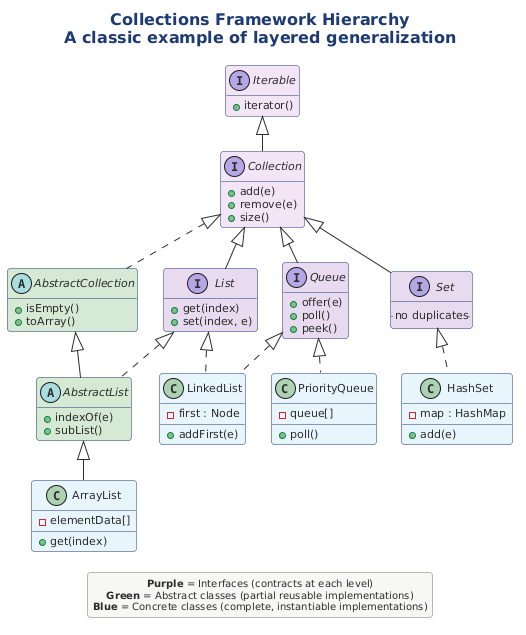
Before: src/architecture/views-and-beyond/style-catalogs/module/generalization-style/png/collections-framework-hierarchy-classic.png, a diagram exported from PlantUML (Notoriousjayy/latex-docs). Source of this version:
```plantuml
@startuml
skinparam nodesep 25
!include ../../../../../../tooling/styles/plantuml/structural/class-diagram-style.iuml

skinparam ranksep 35

title **Collections Framework Hierarchy**\nA classic example of layered generalization

interface "Iterable" as iter #F3E5F5 {
  + iterator()
}

interface "Collection" as coll #F3E5F5 {
  + add(e)
  + remove(e)
  + size()
}

interface "List" as list #E8DAEF {
  + get(index)
  + set(index, e)
}

interface "Set" as set #E8DAEF {
  .. no duplicates ..
}

interface "Queue" as queue #E8DAEF {
  + offer(e)
  + poll()
  + peek()
}

abstract class "AbstractCollection" as abscoll #D5E8D4 {
  + isEmpty()
  + toArray()
}

abstract class "AbstractList" as abslist #D5E8D4 {
  + indexOf(e)
  + subList()
}

class "ArrayList" as alist #E8F4FD {
  - elementData[]
  + get(index)
}

class "LinkedList" as llist #E8F4FD {
  - first : Node
  + addFirst(e)
}

class "HashSet" as hset #E8F4FD {
  - map : HashMap
  + add(e)
}

class "PriorityQueue" as pq #E8F4FD {
  - queue[]
  + poll()
}

iter <|-- coll
coll <|-- list
coll <|-- set
coll <|-- queue
coll <|.. abscoll
abscoll <|-- abslist
list <|.. abslist
abslist <|-- alist
list <|.. llist
queue <|.. llist
set <|.. hset
queue <|.. pq

legend bottom
  **Purple** = Interfaces (contracts at each level)
  **Green** = Abstract classes (partial reusable implementations)
  **Blue** = Concrete classes (complete, instantiable implementations)
end legend

@enduml
```
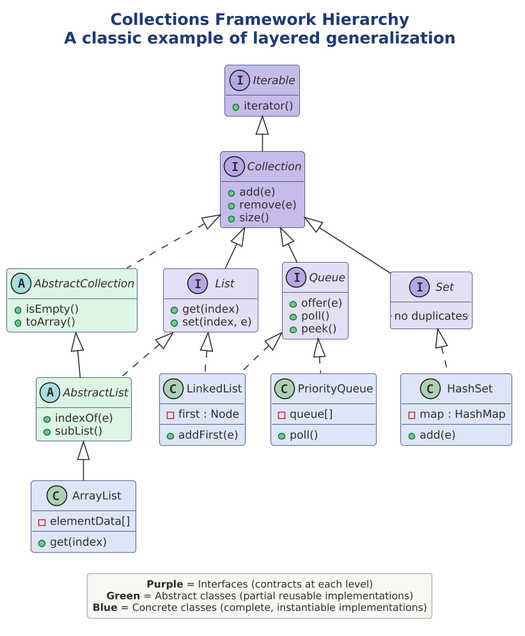
The same file after the commit.

Change to the diagram source:
```diff
@@ -1,4 +1,9 @@
 @startuml
+
+skinparam dpi 150
+
+
+
 skinparam nodesep 25
 !include ../../../../../../tooling/styles/plantuml/structural/class-diagram-style.iuml
 
@@ -6,57 +11,57 @@
 
 title **Collections Framework Hierarchy**\nA classic example of layered generalization
 
-interface "Iterable" as iter #F3E5F5 {
+interface "Iterable" as iter $deep_alt {
   + iterator()
 }
 
-interface "Collection" as coll #F3E5F5 {
+interface "Collection" as coll $deep_alt {
   + add(e)
   + remove(e)
   + size()
 }
 
-interface "List" as list #E8DAEF {
+interface "List" as list $fill_alt {
   + get(index)
   + set(index, e)
 }
 
-interface "Set" as set #E8DAEF {
+interface "Set" as set $fill_alt {
   .. no duplicates ..
 }
 
-interface "Queue" as queue #E8DAEF {
+interface "Queue" as queue $fill_alt {
   + offer(e)
   + poll()
   + peek()
 }
 
-abstract class "AbstractCollection" as abscoll #D5E8D4 {
+abstract class "AbstractCollection" as abscoll $fill_ok {
   + isEmpty()
   + toArray()
 }
 
-abstract class "AbstractList" as abslist #D5E8D4 {
+abstract class "AbstractList" as abslist $fill_ok {
   + indexOf(e)
   + subList()
 }
 
-class "ArrayList" as alist #E8F4FD {
+class "ArrayList" as alist $fill_primary {
   - elementData[]
   + get(index)
 }
 
-class "LinkedList" as llist #E8F4FD {
+class "LinkedList" as llist $fill_primary {
   - first : Node
   + addFirst(e)
 }
 
-class "HashSet" as hset #E8F4FD {
+class "HashSet" as hset $fill_primary {
   - map : HashMap
   + add(e)
 }
 
-class "PriorityQueue" as pq #E8F4FD {
+class "PriorityQueue" as pq $fill_primary {
   - queue[]
   + poll()
 }
```
